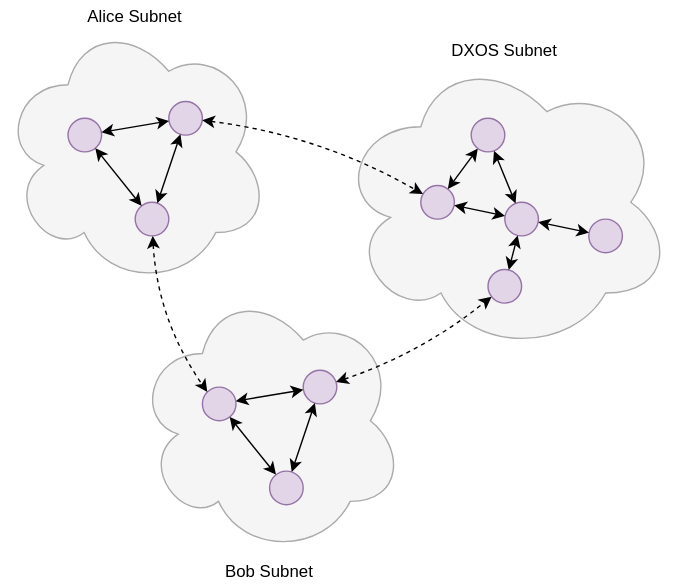
Before: docs/legacy/design/diagrams/dmg-subnet.drawio.svg, a diagram exported from draw.io (dxos/dxos). Source tidied: cells renumbered, new cells last; positions are measured from the earlier drawing's top-left corner, leaving out a move shared by most shapes.
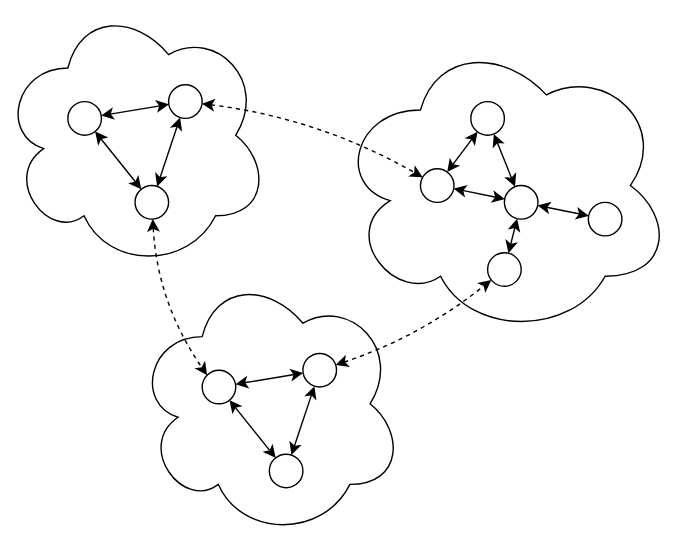
The same file after the commit.

The edit, as a diff of the source:
```diff
@@ -2,116 +2,107 @@
   <root>
     <mxCell id="0" />
     <mxCell id="1" parent="0" />
-    <mxCell id="2" style="ellipse;shape=cloud;whiteSpace=wrap;html=1;strokeWidth=1;fillColor=#f5f5f5;strokeColor=#ABABAB;fontColor=#333333;" parent="1" vertex="1">
+    <mxCell id="2" style="ellipse;shape=cloud;whiteSpace=wrap;html=1;strokeWidth=1;labelBackgroundColor=none;rounded=0;" parent="1" vertex="1">
       <mxGeometry x="240" y="36" width="240" height="216" as="geometry" />
     </mxCell>
-    <mxCell id="3" style="ellipse;whiteSpace=wrap;html=1;strokeWidth=1;fillColor=#e1d5e7;strokeColor=#9673a6;" parent="1" vertex="1">
+    <mxCell id="3" style="ellipse;whiteSpace=wrap;html=1;strokeWidth=1;labelBackgroundColor=none;rounded=0;" parent="1" vertex="1">
       <mxGeometry x="300" y="132" width="24" height="24" as="geometry" />
     </mxCell>
-    <mxCell id="4" style="ellipse;whiteSpace=wrap;html=1;strokeWidth=1;fillColor=#e1d5e7;strokeColor=#9673a6;" parent="1" vertex="1">
+    <mxCell id="4" style="ellipse;whiteSpace=wrap;html=1;strokeWidth=1;labelBackgroundColor=none;rounded=0;" parent="1" vertex="1">
       <mxGeometry x="360" y="144" width="24" height="24" as="geometry" />
     </mxCell>
-    <mxCell id="5" style="ellipse;whiteSpace=wrap;html=1;strokeWidth=1;fillColor=#e1d5e7;strokeColor=#9673a6;" parent="1" vertex="1">
+    <mxCell id="5" style="ellipse;whiteSpace=wrap;html=1;strokeWidth=1;labelBackgroundColor=none;rounded=0;" parent="1" vertex="1">
       <mxGeometry x="348" y="192" width="24" height="24" as="geometry" />
     </mxCell>
-    <mxCell id="6" style="endArrow=classic;html=1;startArrow=classic;startFill=1;" parent="1" edge="1" source="3" target="4">
+    <mxCell id="6" style="endArrow=classic;html=1;startArrow=classic;startFill=1;labelBackgroundColor=none;fontColor=default;rounded=0;" parent="1" edge="1" source="3" target="4">
       <mxGeometry relative="1" as="geometry" />
     </mxCell>
-    <mxCell id="7" style="endArrow=classic;html=1;startArrow=classic;startFill=1;" parent="1" edge="1" source="3" target="9">
+    <mxCell id="7" style="endArrow=classic;html=1;startArrow=classic;startFill=1;labelBackgroundColor=none;fontColor=default;rounded=0;" parent="1" edge="1" source="3" target="9">
       <mxGeometry relative="1" as="geometry" />
     </mxCell>
-    <mxCell id="8" style="endArrow=classic;html=1;startArrow=classic;startFill=1;" parent="1" edge="1" source="5" target="4">
+    <mxCell id="8" style="endArrow=classic;html=1;startArrow=classic;startFill=1;labelBackgroundColor=none;fontColor=default;rounded=0;" parent="1" edge="1" source="5" target="4">
       <mxGeometry relative="1" as="geometry" />
     </mxCell>
-    <mxCell id="9" style="ellipse;whiteSpace=wrap;html=1;strokeWidth=1;fillColor=#e1d5e7;strokeColor=#9673a6;" parent="1" vertex="1">
+    <mxCell id="9" style="ellipse;whiteSpace=wrap;html=1;strokeWidth=1;labelBackgroundColor=none;rounded=0;" parent="1" vertex="1">
       <mxGeometry x="336" y="84" width="24" height="24" as="geometry" />
     </mxCell>
-    <mxCell id="10" style="ellipse;whiteSpace=wrap;html=1;strokeWidth=1;fillColor=#e1d5e7;strokeColor=#9673a6;" parent="1" vertex="1">
+    <mxCell id="10" style="ellipse;whiteSpace=wrap;html=1;strokeWidth=1;labelBackgroundColor=none;rounded=0;" parent="1" vertex="1">
       <mxGeometry x="420" y="156" width="24" height="24" as="geometry" />
     </mxCell>
-    <mxCell id="11" style="endArrow=classic;html=1;startArrow=classic;startFill=1;" parent="1" edge="1" source="4" target="10">
+    <mxCell id="11" style="endArrow=classic;html=1;startArrow=classic;startFill=1;labelBackgroundColor=none;fontColor=default;rounded=0;" parent="1" edge="1" source="4" target="10">
       <mxGeometry relative="1" as="geometry" />
     </mxCell>
-    <mxCell id="12" style="endArrow=classic;html=1;startArrow=classic;startFill=1;" parent="1" edge="1" source="4" target="9">
+    <mxCell id="12" style="endArrow=classic;html=1;startArrow=classic;startFill=1;labelBackgroundColor=none;fontColor=default;rounded=0;" parent="1" edge="1" source="4" target="9">
       <mxGeometry relative="1" as="geometry" />
     </mxCell>
-    <mxCell id="13" style="ellipse;shape=cloud;whiteSpace=wrap;html=1;strokeWidth=1;fillColor=#f5f5f5;strokeColor=#ABABAB;fontColor=#333333;" parent="1" vertex="1">
+    <mxCell id="13" style="ellipse;shape=cloud;whiteSpace=wrap;html=1;strokeWidth=1;labelBackgroundColor=none;rounded=0;" parent="1" vertex="1">
       <mxGeometry x="96" y="204" width="192" height="192" as="geometry" />
     </mxCell>
-    <mxCell id="14" style="group;" parent="1" vertex="1">
+    <mxCell id="14" style="group;labelBackgroundColor=none;rounded=0;" parent="1" vertex="1">
       <mxGeometry x="144" y="264" width="96" height="96" as="geometry" />
     </mxCell>
-    <mxCell id="15" style="ellipse;whiteSpace=wrap;html=1;strokeWidth=1;fillColor=#e1d5e7;strokeColor=#9673a6;" parent="14" vertex="1">
+    <mxCell id="15" style="ellipse;whiteSpace=wrap;html=1;strokeWidth=1;labelBackgroundColor=none;rounded=0;" parent="14" vertex="1">
       <mxGeometry y="12" width="24" height="24" as="geometry" />
     </mxCell>
-    <mxCell id="16" style="ellipse;whiteSpace=wrap;html=1;strokeWidth=1;fillColor=#e1d5e7;strokeColor=#9673a6;" parent="14" vertex="1">
+    <mxCell id="16" style="ellipse;whiteSpace=wrap;html=1;strokeWidth=1;labelBackgroundColor=none;rounded=0;" parent="14" vertex="1">
       <mxGeometry x="72" width="24" height="24" as="geometry" />
     </mxCell>
-    <mxCell id="17" style="ellipse;whiteSpace=wrap;html=1;strokeWidth=1;fillColor=#e1d5e7;strokeColor=#9673a6;" parent="14" vertex="1">
+    <mxCell id="17" style="ellipse;whiteSpace=wrap;html=1;strokeWidth=1;labelBackgroundColor=none;rounded=0;" parent="14" vertex="1">
       <mxGeometry x="48" y="72" width="24" height="24" as="geometry" />
     </mxCell>
-    <mxCell id="18" style="endArrow=classic;html=1;startArrow=classic;startFill=1;" parent="14" edge="1" source="15" target="16">
+    <mxCell id="18" style="endArrow=classic;html=1;startArrow=classic;startFill=1;labelBackgroundColor=none;fontColor=default;rounded=0;" parent="14" edge="1" source="15" target="16">
       <mxGeometry relative="1" as="geometry" />
     </mxCell>
-    <mxCell id="19" style="endArrow=classic;html=1;startArrow=classic;startFill=1;" parent="14" edge="1" source="15" target="17">
+    <mxCell id="19" style="endArrow=classic;html=1;startArrow=classic;startFill=1;labelBackgroundColor=none;fontColor=default;rounded=0;" parent="14" edge="1" source="15" target="17">
       <mxGeometry relative="1" as="geometry" />
     </mxCell>
-    <mxCell id="20" style="endArrow=classic;html=1;startArrow=classic;startFill=1;" parent="14" edge="1" source="17" target="16">
+    <mxCell id="20" style="endArrow=classic;html=1;startArrow=classic;startFill=1;labelBackgroundColor=none;fontColor=default;rounded=0;" parent="14" edge="1" source="17" target="16">
       <mxGeometry relative="1" as="geometry" />
     </mxCell>
-    <mxCell id="21" style="ellipse;shape=cloud;whiteSpace=wrap;html=1;strokeWidth=1;fillColor=#f5f5f5;strokeColor=#ABABAB;fontColor=#333333;" parent="1" vertex="1">
+    <mxCell id="21" style="ellipse;shape=cloud;whiteSpace=wrap;html=1;strokeWidth=1;fontFamily=Montserrat;fontSource=https%3A%2F%2Ffonts.googleapis.com%2Fcss%3Ffamily%3DMontserrat;labelBackgroundColor=none;rounded=0;" parent="1" vertex="1">
       <mxGeometry y="12" width="192" height="192" as="geometry" />
     </mxCell>
-    <mxCell id="22" style="group;" parent="1" vertex="1">
+    <mxCell id="22" style="group;labelBackgroundColor=none;rounded=0;" parent="1" vertex="1">
       <mxGeometry x="48" y="72" width="96" height="96" as="geometry" />
     </mxCell>
-    <mxCell id="23" style="ellipse;whiteSpace=wrap;html=1;strokeWidth=1;fillColor=#e1d5e7;strokeColor=#9673a6;" parent="22" vertex="1">
+    <mxCell id="23" style="ellipse;whiteSpace=wrap;html=1;strokeWidth=1;labelBackgroundColor=none;rounded=0;" parent="22" vertex="1">
       <mxGeometry y="12" width="24" height="24" as="geometry" />
     </mxCell>
-    <mxCell id="24" style="ellipse;whiteSpace=wrap;html=1;strokeWidth=1;fillColor=#e1d5e7;strokeColor=#9673a6;" parent="22" vertex="1">
+    <mxCell id="24" style="ellipse;whiteSpace=wrap;html=1;strokeWidth=1;labelBackgroundColor=none;rounded=0;" parent="22" vertex="1">
       <mxGeometry x="72" width="24" height="24" as="geometry" />
     </mxCell>
-    <mxCell id="25" style="ellipse;whiteSpace=wrap;html=1;strokeWidth=1;fillColor=#e1d5e7;strokeColor=#9673a6;" parent="22" vertex="1">
+    <mxCell id="25" style="ellipse;whiteSpace=wrap;html=1;strokeWidth=1;labelBackgroundColor=none;rounded=0;" parent="22" vertex="1">
       <mxGeometry x="48" y="72" width="24" height="24" as="geometry" />
     </mxCell>
-    <mxCell id="26" style="endArrow=classic;html=1;startArrow=classic;startFill=1;" parent="22" edge="1" source="23" target="24">
+    <mxCell id="26" style="endArrow=classic;html=1;startArrow=classic;startFill=1;labelBackgroundColor=none;fontColor=default;rounded=0;" parent="22" edge="1" source="23" target="24">
       <mxGeometry relative="1" as="geometry" />
     </mxCell>
-    <mxCell id="27" style="endArrow=classic;html=1;startArrow=classic;startFill=1;" parent="22" edge="1" source="23" target="25">
+    <mxCell id="27" style="endArrow=classic;html=1;startArrow=classic;startFill=1;labelBackgroundColor=none;fontColor=default;rounded=0;" parent="22" edge="1" source="23" target="25">
       <mxGeometry relative="1" as="geometry" />
     </mxCell>
-    <mxCell id="28" style="endArrow=classic;html=1;startArrow=classic;startFill=1;" parent="22" edge="1" source="25" target="24">
+    <mxCell id="28" style="endArrow=classic;html=1;startArrow=classic;startFill=1;labelBackgroundColor=none;fontColor=default;rounded=0;" parent="22" edge="1" source="25" target="24">
       <mxGeometry relative="1" as="geometry" />
     </mxCell>
-    <mxCell id="29" style="endArrow=classic;html=1;startArrow=classic;startFill=1;dashed=1;curved=1;" parent="1" edge="1" source="16" target="5">
+    <mxCell id="29" style="endArrow=classic;html=1;startArrow=classic;startFill=1;dashed=1;curved=1;labelBackgroundColor=none;fontColor=default;rounded=0;" parent="1" edge="1" source="16" target="5">
       <mxGeometry relative="1" as="geometry">
         <Array as="points">
           <mxPoint x="300" y="252" />
         </Array>
       </mxGeometry>
     </mxCell>
-    <mxCell id="30" style="endArrow=classic;html=1;startArrow=classic;startFill=1;dashed=1;curved=1;" parent="1" edge="1" source="24" target="3">
+    <mxCell id="30" style="endArrow=classic;html=1;startArrow=classic;startFill=1;dashed=1;curved=1;labelBackgroundColor=none;fontColor=default;rounded=0;" parent="1" edge="1" source="24" target="3">
       <mxGeometry relative="1" as="geometry">
         <Array as="points">
           <mxPoint x="228" y="96" />
         </Array>
       </mxGeometry>
     </mxCell>
-    <mxCell id="31" style="endArrow=classic;html=1;startArrow=classic;startFill=1;dashed=1;entryX=0;entryY=0;entryDx=0;entryDy=0;curved=1;" parent="1" edge="1" source="25" target="15">
+    <mxCell id="31" style="endArrow=classic;html=1;startArrow=classic;startFill=1;dashed=1;entryX=0;entryY=0;entryDx=0;entryDy=0;curved=1;labelBackgroundColor=none;fontColor=default;rounded=0;" parent="1" edge="1" source="25" target="15">
       <mxGeometry relative="1" as="geometry">
         <Array as="points">
           <mxPoint x="112" y="228" />
         </Array>
       </mxGeometry>
     </mxCell>
-    <mxCell id="32" value="Alice Subnet" style="rounded=0;whiteSpace=wrap;html=1;strokeColor=none;" parent="1" vertex="1">
-      <mxGeometry x="48" width="96" height="24" as="geometry" />
-    </mxCell>
-    <mxCell id="33" value="Bob Subnet" style="rounded=0;whiteSpace=wrap;html=1;strokeColor=none;" parent="1" vertex="1">
-      <mxGeometry x="144" y="396" width="96" height="24" as="geometry" />
-    </mxCell>
-    <mxCell id="34" value="DXOS Subnet" style="rounded=0;whiteSpace=wrap;html=1;strokeColor=none;" parent="1" vertex="1">
-      <mxGeometry x="312" y="24" width="96" height="24" as="geometry" />
-    </mxCell>
   </root>
 </mxGraphModel>
```
